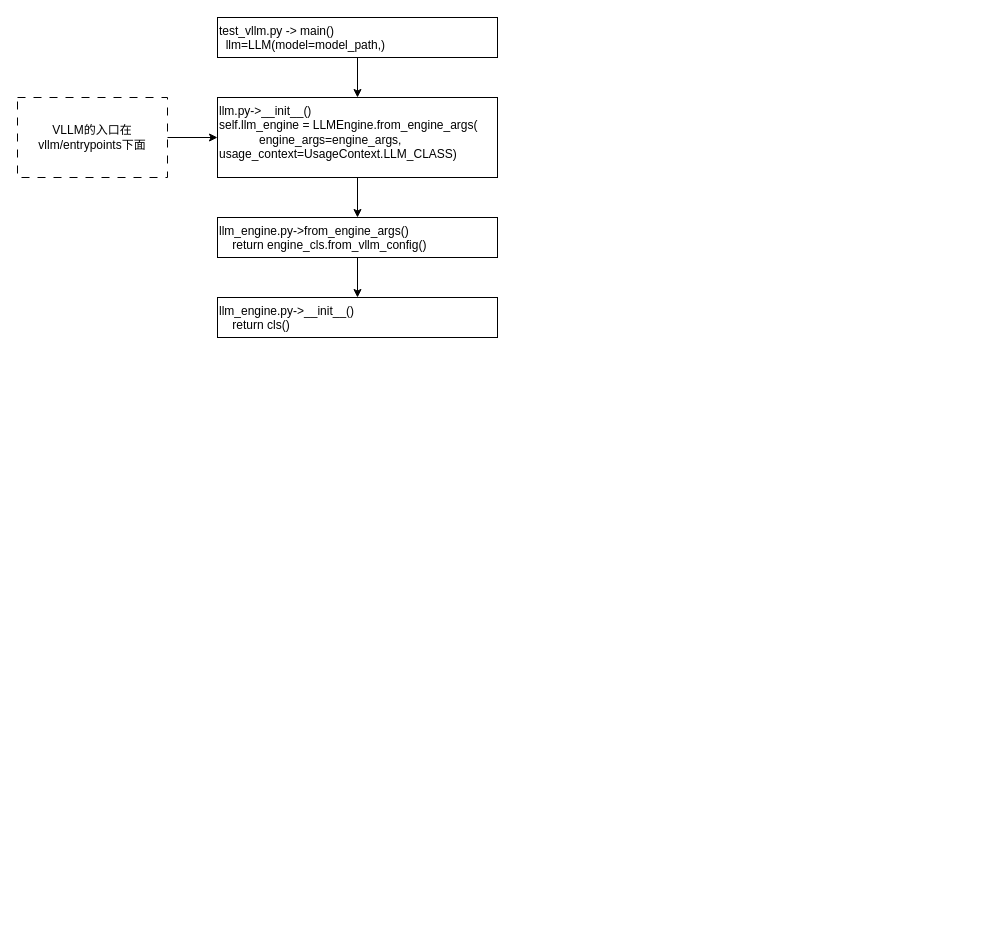
Before: vllm.drawio in redfish1030/draw.io, a draw.io diagram. Source tidied: cells renumbered, new cells numbered last; positions are measured from the earlier drawing's top-left corner, leaving out a move shared by most shapes. Both pictures are drawn from the tidied source at 100%, with x=0, y=0 at pixel (17, 17).
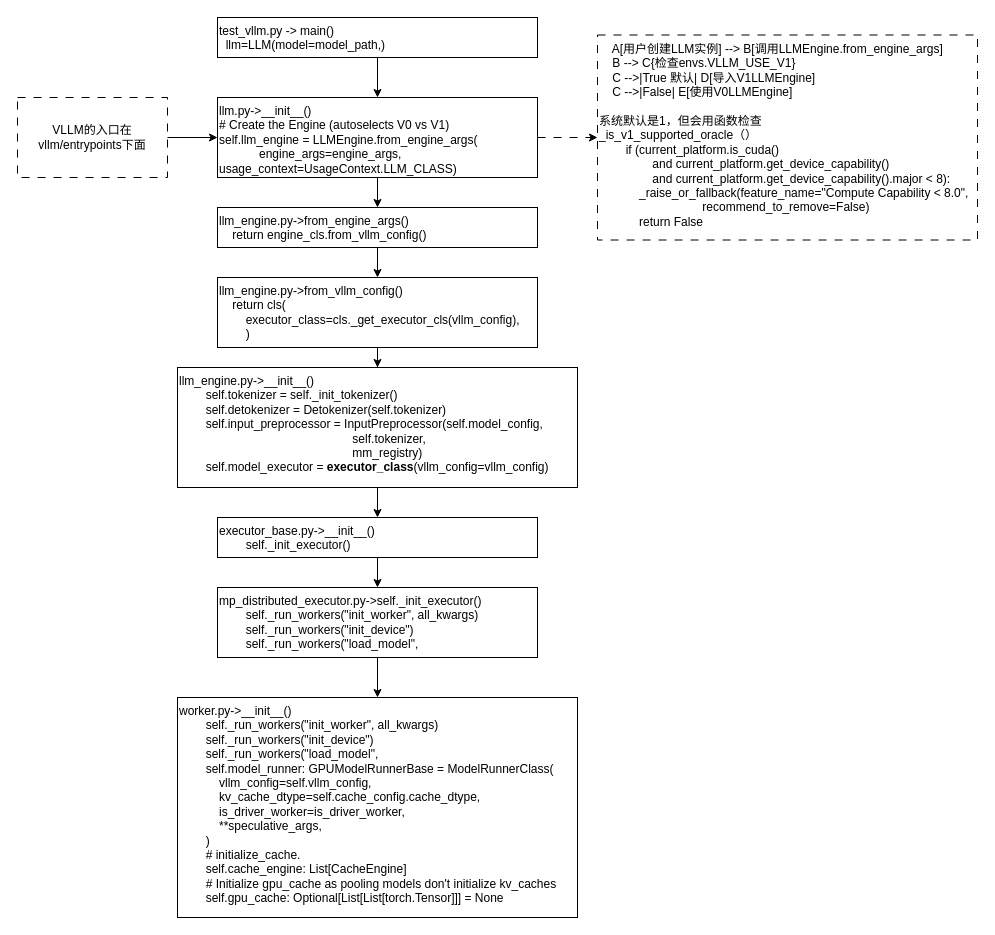
After the change.

Change to the diagram source:
```diff
@@
+    <mxCell id="11" style="edgeStyle=orthogonalEdgeStyle;rounded=0;jettySize=auto;html=1;fontFamily=Helvetica;fontSize=12;fontColor=default;dashed=1;dashPattern=8 8;" parent="1" edge="1" source="3" target="20">
+      <mxGeometry relative="1" as="geometry" />
+    </mxCell>
-    <mxCell id="3" value="llm.py-&amp;gt;__init__()&lt;br&gt;&lt;div&gt;&lt;div&gt;self.llm_engine = LLMEngine.from_engine_args(&lt;/div&gt;&lt;div&gt;&amp;nbsp; &amp;nbsp; &amp;nbsp; &amp;nbsp; &amp;nbsp; &amp;nbsp; engine_args=engine_args, usage_context=UsageContext.LLM_CLASS)&lt;/div&gt;&lt;/div&gt;" style="rounded=0;whiteSpace=wrap;html=1;align=left;verticalAlign=top;" parent="1" vertex="1">
-      <mxGeometry x="200" y="80" width="280" height="80" as="geometry" />
+    <mxCell id="3" value="llm.py-&gt;__init__()&#10;# Create the Engine (autoselects V0 vs V1)&#10;self.llm_engine = LLMEngine.from_engine_args(&#10;            engine_args=engine_args, usage_context=UsageContext.LLM_CLASS)" style="rounded=0;whiteSpace=wrap;html=1;align=left;verticalAlign=top;" parent="1" vertex="1">
+      <mxGeometry x="200" y="80" width="320" height="80" as="geometry" />
     </mxCell>
@@
     <mxCell id="7" value="test_vllm.py -&amp;gt; main()&lt;div&gt;&amp;nbsp; llm=LLM(model=model_path,)&lt;/div&gt;" style="rounded=0;whiteSpace=wrap;html=1;align=left;verticalAlign=top;" parent="1" vertex="1">
-      <mxGeometry x="200" width="280" height="40" as="geometry" />
+      <mxGeometry x="200" width="320" height="40" as="geometry" />
     </mxCell>
@@
     <mxCell id="9" value="llm_engine.py-&amp;gt;from_engine_args()&lt;br&gt;&amp;nbsp; &amp;nbsp; return engine_cls.from_vllm_config()" style="rounded=0;whiteSpace=wrap;html=1;align=left;verticalAlign=top;" parent="1" vertex="1">
-      <mxGeometry x="200" y="200" width="280" height="40" as="geometry" />
+      <mxGeometry x="200" y="190" width="320" height="40" as="geometry" />
     </mxCell>
+    <mxCell id="12" style="edgeStyle=orthogonalEdgeStyle;rounded=0;jettySize=auto;html=1;fontFamily=Helvetica;fontSize=12;fontColor=default;" parent="1" edge="1" source="10" target="14">
+      <mxGeometry relative="1" as="geometry" />
+    </mxCell>
-    <mxCell id="10" value="llm_engine.py-&amp;gt;__init__()&lt;br&gt;&amp;nbsp; &amp;nbsp; return cls()" style="rounded=0;whiteSpace=wrap;html=1;align=left;verticalAlign=top;" parent="1" vertex="1">
-      <mxGeometry x="200" y="280" width="280" height="40" as="geometry" />
+    <mxCell id="10" value="llm_engine.py-&amp;gt;from_vllm_config()&lt;br&gt;&amp;nbsp; &amp;nbsp; return cls(&lt;div&gt;&lt;span style=&quot;white-space: pre;&quot;&gt;&#9;&lt;/span&gt;executor_class=cls._get_executor_cls(vllm_config),&amp;nbsp;&lt;/div&gt;&lt;div&gt;&lt;span style=&quot;white-space: pre;&quot;&gt;&#9;&lt;/span&gt;)&lt;/div&gt;" style="rounded=0;whiteSpace=wrap;html=1;align=left;verticalAlign=top;" parent="1" vertex="1">
+      <mxGeometry x="200" y="260" width="320" height="70" as="geometry" />
     </mxCell>
+    <mxCell id="13" style="edgeStyle=orthogonalEdgeStyle;rounded=0;jettySize=auto;html=1;fontFamily=Helvetica;fontSize=12;fontColor=default;" parent="1" edge="1" source="14" target="16">
+      <mxGeometry relative="1" as="geometry" />
+    </mxCell>
+    <mxCell id="14" value="llm_engine.py-&amp;gt;__init__()&lt;br&gt;&amp;nbsp; &amp;nbsp; &amp;nbsp; &amp;nbsp; self.tokenizer = self._init_tokenizer()&lt;br&gt;&amp;nbsp; &amp;nbsp; &amp;nbsp; &amp;nbsp; self.detokenizer = Detokenizer(self.tokenizer)&lt;br&gt;&amp;nbsp; &amp;nbsp; &amp;nbsp; &amp;nbsp; self.input_preprocessor = InputPreprocessor(self.model_config,&lt;br&gt;&amp;nbsp; &amp;nbsp; &amp;nbsp; &amp;nbsp; &amp;nbsp; &amp;nbsp; &amp;nbsp; &amp;nbsp; &amp;nbsp; &amp;nbsp; &amp;nbsp; &amp;nbsp; &amp;nbsp; &amp;nbsp; &amp;nbsp; &amp;nbsp; &amp;nbsp; &amp;nbsp; &amp;nbsp; &amp;nbsp; &amp;nbsp; &amp;nbsp; &amp;nbsp; &amp;nbsp; &amp;nbsp; &amp;nbsp; self.tokenizer,&lt;br&gt;&amp;nbsp; &amp;nbsp; &amp;nbsp; &amp;nbsp; &amp;nbsp; &amp;nbsp; &amp;nbsp; &amp;nbsp; &amp;nbsp; &amp;nbsp; &amp;nbsp; &amp;nbsp; &amp;nbsp; &amp;nbsp; &amp;nbsp; &amp;nbsp; &amp;nbsp; &amp;nbsp; &amp;nbsp; &amp;nbsp; &amp;nbsp; &amp;nbsp; &amp;nbsp; &amp;nbsp; &amp;nbsp; &amp;nbsp; mm_registry)&lt;br&gt;&amp;nbsp; &amp;nbsp; &amp;nbsp; &amp;nbsp; self.model_executor = &lt;b&gt;executor_class&lt;/b&gt;(vllm_config=vllm_config)" style="rounded=0;whiteSpace=wrap;html=1;align=left;verticalAlign=top;" parent="1" vertex="1">
+      <mxGeometry x="160" y="350" width="400" height="120" as="geometry" />
+    </mxCell>
+    <mxCell id="15" style="edgeStyle=orthogonalEdgeStyle;rounded=0;jettySize=auto;html=1;fontFamily=Helvetica;fontSize=12;fontColor=default;" parent="1" edge="1" source="16" target="18">
+      <mxGeometry relative="1" as="geometry" />
+    </mxCell>
+    <mxCell id="16" value="executor_base.py-&amp;gt;__init__()&lt;br&gt;&amp;nbsp; &amp;nbsp; &amp;nbsp; &amp;nbsp; self._init_executor()" style="rounded=0;whiteSpace=wrap;html=1;align=left;verticalAlign=top;" parent="1" vertex="1">
+      <mxGeometry x="200" y="500" width="320" height="40" as="geometry" />
+    </mxCell>
+    <mxCell id="17" style="edgeStyle=orthogonalEdgeStyle;rounded=0;jettySize=auto;html=1;fontFamily=Helvetica;fontSize=12;fontColor=default;" parent="1" edge="1" source="18" target="19">
+      <mxGeometry relative="1" as="geometry" />
+    </mxCell>
+    <mxCell id="18" value="mp_distributed_executor.py-&amp;gt;self._init_executor()&lt;div&gt;&lt;div&gt;&amp;nbsp; &amp;nbsp; &amp;nbsp; &amp;nbsp; self._run_workers(&quot;init_worker&quot;, all_kwargs)&lt;/div&gt;&lt;div&gt;&amp;nbsp; &amp;nbsp; &amp;nbsp; &amp;nbsp; self._run_workers(&quot;init_device&quot;)&lt;/div&gt;&lt;div&gt;&amp;nbsp; &amp;nbsp; &amp;nbsp; &amp;nbsp; self._run_workers(&quot;load_model&quot;,&lt;/div&gt;&lt;/div&gt;" style="rounded=0;whiteSpace=wrap;html=1;align=left;verticalAlign=top;" parent="1" vertex="1">
+      <mxGeometry x="200" y="570" width="320" height="70" as="geometry" />
+    </mxCell>
+    <mxCell id="19" value="worker.py-&gt;__init__()&#10;        self._run_workers(&quot;init_worker&quot;, all_kwargs)&#10;        self._run_workers(&quot;init_device&quot;)&#10;        self._run_workers(&quot;load_model&quot;,&#10;        self.model_runner: GPUModelRunnerBase = ModelRunnerClass(&#10;            vllm_config=self.vllm_config,&#10;            kv_cache_dtype=self.cache_config.cache_dtype,&#10;            is_driver_worker=is_driver_worker,&#10;            **speculative_args,&#10;        )&#10;        # initialize_cache.&#10;        self.cache_engine: List[CacheEngine]&#10;        # Initialize gpu_cache as pooling models don't initialize kv_caches&#10;        self.gpu_cache: Optional[List[List[torch.Tensor]]] = None" style="rounded=0;whiteSpace=wrap;html=1;align=left;verticalAlign=top;" parent="1" vertex="1">
+      <mxGeometry x="160" y="680" width="400" height="220" as="geometry" />
+    </mxCell>
+    <mxCell id="20" value="&amp;nbsp; &amp;nbsp; A[用户创建LLM实例] --&amp;gt; B[调用LLMEngine.from_engine_args]&lt;br&gt;&amp;nbsp; &amp;nbsp; B --&amp;gt; C{检查envs.VLLM_USE_V1}&lt;br&gt;&amp;nbsp; &amp;nbsp; C --&amp;gt;|True 默认| D[导入V1LLMEngine]&lt;br&gt;&amp;nbsp; &amp;nbsp; C --&amp;gt;|False| E[使用V0LLMEngine]&lt;br&gt;&lt;br&gt;系统默认是1，但会用函数检查&lt;br&gt;_is_v1_supported_oracle（）&lt;div&gt;&lt;div&gt;&amp;nbsp; &amp;nbsp; &amp;nbsp; &amp;nbsp; if (current_platform.is_cuda()&lt;/div&gt;&lt;div&gt;&amp;nbsp; &amp;nbsp; &amp;nbsp; &amp;nbsp; &amp;nbsp; &amp;nbsp; &amp;nbsp; &amp;nbsp; and current_platform.get_device_capability()&lt;/div&gt;&lt;div&gt;&amp;nbsp; &amp;nbsp; &amp;nbsp; &amp;nbsp; &amp;nbsp; &amp;nbsp; &amp;nbsp; &amp;nbsp; and current_platform.get_device_capability().major &amp;lt; 8):&lt;/div&gt;&lt;div&gt;&amp;nbsp; &amp;nbsp; &amp;nbsp; &amp;nbsp; &amp;nbsp; &amp;nbsp; _raise_or_fallback(feature_name=&quot;Compute Capability &amp;lt; 8.0&quot;,&lt;/div&gt;&lt;div&gt;&amp;nbsp; &amp;nbsp; &amp;nbsp; &amp;nbsp; &amp;nbsp; &amp;nbsp; &amp;nbsp; &amp;nbsp; &amp;nbsp; &amp;nbsp; &amp;nbsp; &amp;nbsp; &amp;nbsp; &amp;nbsp; &amp;nbsp; &amp;nbsp;recommend_to_remove=False)&lt;/div&gt;&lt;div&gt;&amp;nbsp; &amp;nbsp; &amp;nbsp; &amp;nbsp; &amp;nbsp; &amp;nbsp; return False&lt;/div&gt;&lt;/div&gt;" style="rounded=0;whiteSpace=wrap;html=1;align=left;verticalAlign=top;dashed=1;dashPattern=8 8;" parent="1" vertex="1">
+      <mxGeometry x="580" y="17.5" width="380" height="205" as="geometry" />
+    </mxCell>
```
